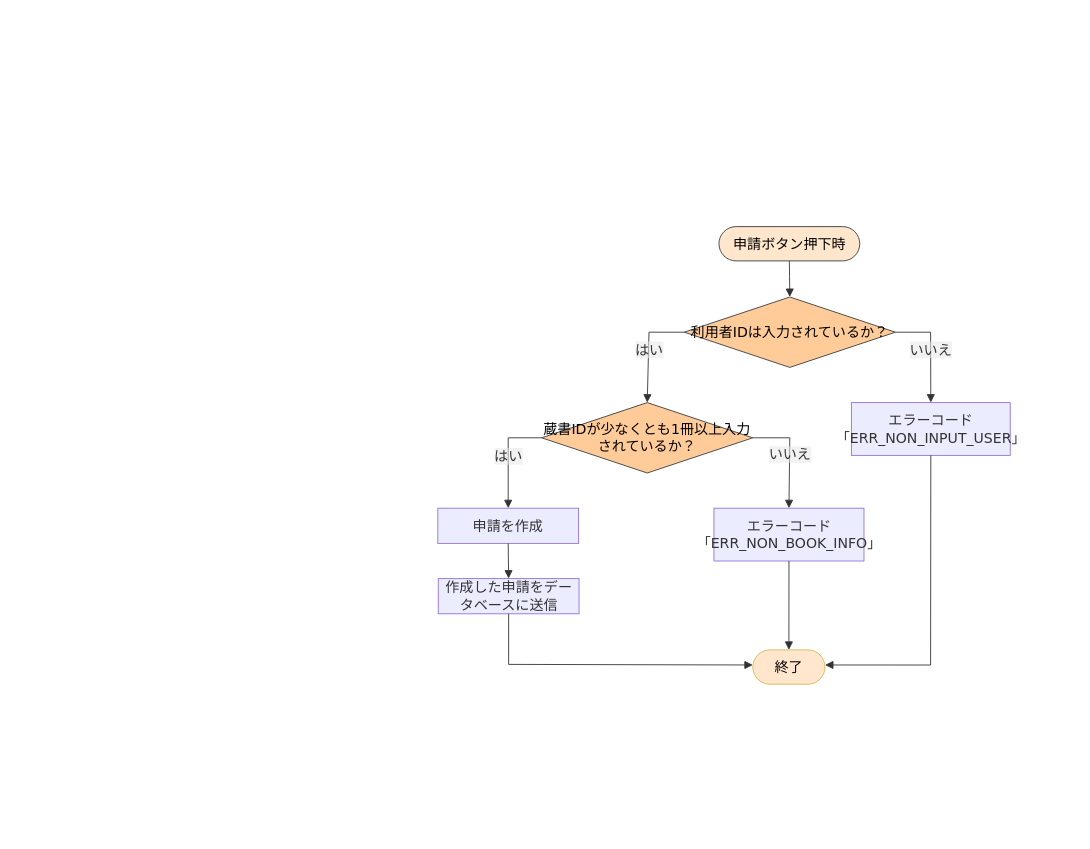
The draw.io diagram 詳細設計書/7班/flowchart/貸出申請.drawio in rs002421-creator/-, before the edit. Source tidied: cells renumbered, new cells numbered last; positions are measured from the earlier drawing's top-left corner, leaving out a move shared by most shapes. Both pictures are drawn from the tidied source at 88%, with x=0, y=0 at pixel (437, 226).
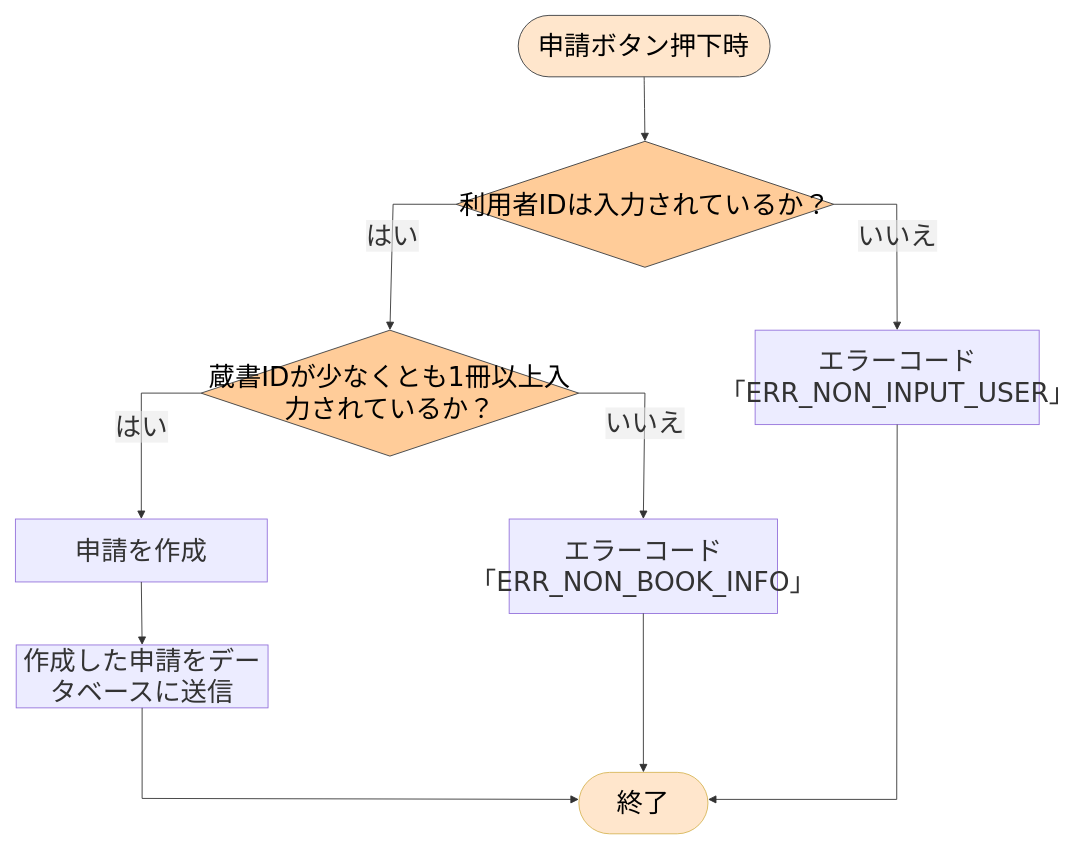
The same diagram, later.

What changed in the source:
```diff
@@
+    <mxCell id="19" style="group;fontSize=30;" parent="1" vertex="1">
+      <mxGeometry x="-480" y="-240" width="1163.4" height="930" as="geometry" />
+    </mxCell>
-    <mxCell id="2" value="申請ボタン押下時" style="html=1;rounded=1;whiteSpace=wrap;arcSize=50;strokeWidth=1;fillColor=#FFE6CC;strokeColor=#36393d;fontFamily=Trebuchet MS,Verdana,Arial,sans-serif;fontSize=16;" parent="1" vertex="1">
-      <mxGeometry x="319.5" width="160" height="39" as="geometry" />
+    <mxCell id="2" value="申請ボタン押下時" style="html=1;rounded=1;whiteSpace=wrap;arcSize=50;strokeWidth=1;fillColor=#FFE6CC;strokeColor=#36393d;fontFamily=Trebuchet MS,Verdana,Arial,sans-serif;fontSize=30;" parent="19" vertex="1">
+      <mxGeometry x="571.4" width="286.2" height="69.8" as="geometry" />
     </mxCell>
-    <mxCell id="3" value="利用者IDは入力されているか？" style="rhombus;html=1;strokeWidth=1;whiteSpace=wrap;fillColor=#ffcc99;strokeColor=#36393d;fontFamily=Trebuchet MS,Verdana,Arial,sans-serif;fontSize=16;" parent="1" vertex="1">
-      <mxGeometry x="280" y="80" width="240" height="80" as="geometry" />
+    <mxCell id="3" value="利用者IDは入力されているか？" style="rhombus;html=1;strokeWidth=1;whiteSpace=wrap;fillColor=#ffcc99;strokeColor=#36393d;fontFamily=Trebuchet MS,Verdana,Arial,sans-serif;fontSize=30;" parent="19" vertex="1">
+      <mxGeometry x="500.8" y="143.1" width="429.2" height="143.1" as="geometry" />
     </mxCell>
-    <mxCell id="4" value="蔵書IDが少なくとも1冊以上入力されているか？" style="rhombus;html=1;strokeWidth=1;whiteSpace=wrap;fillColor=#ffcc99;strokeColor=#36393d;fontFamily=Trebuchet MS,Verdana,Arial,sans-serif;fontSize=16;" parent="1" vertex="1">
-      <mxGeometry x="118" y="200" width="240" height="80" as="geometry" />
+    <mxCell id="4" value="蔵書IDが少なくとも1冊以上入力されているか？" style="rhombus;html=1;strokeWidth=1;whiteSpace=wrap;fillColor=#ffcc99;strokeColor=#36393d;fontFamily=Trebuchet MS,Verdana,Arial,sans-serif;fontSize=30;" parent="19" vertex="1">
+      <mxGeometry x="211" y="357.7" width="429.2" height="143.1" as="geometry" />
     </mxCell>
-    <mxCell id="5" value="エラーコード「ERR_NON_INPUT_USER」" style="html=1;whiteSpace=wrap;strokeWidth=1;fillColor=light-dark(#ECECFF,#1f2020);strokeColor=light-dark(#9370DB,#cccccc);fontColor=light-dark(#333333,#cccccc);fontFamily=Trebuchet MS,Verdana,Arial,sans-serif;fontSize=16;" parent="1" vertex="1">
-      <mxGeometry x="470" y="200" width="180.5" height="60" as="geometry" />
+    <mxCell id="5" value="エラーコード「ERR_NON_INPUT_USER」" style="html=1;whiteSpace=wrap;strokeWidth=1;fillColor=light-dark(#ECECFF,#1f2020);strokeColor=light-dark(#9370DB,#cccccc);fontColor=light-dark(#333333,#cccccc);fontFamily=Trebuchet MS,Verdana,Arial,sans-serif;fontSize=30;" parent="19" vertex="1">
+      <mxGeometry x="840.6" y="357.7" width="322.8" height="107.3" as="geometry" />
     </mxCell>
-    <mxCell id="6" value="申請を作成" style="html=1;whiteSpace=wrap;strokeWidth=1;fillColor=light-dark(#ECECFF,#1f2020);strokeColor=light-dark(#9370DB,#cccccc);fontColor=light-dark(#333333,#cccccc);fontFamily=Trebuchet MS,Verdana,Arial,sans-serif;fontSize=16;" parent="1" vertex="1">
-      <mxGeometry y="320" width="160" height="40" as="geometry" />
+    <mxCell id="6" value="申請を作成" style="html=1;whiteSpace=wrap;strokeWidth=1;fillColor=light-dark(#ECECFF,#1f2020);strokeColor=light-dark(#9370DB,#cccccc);fontColor=light-dark(#333333,#cccccc);fontFamily=Trebuchet MS,Verdana,Arial,sans-serif;fontSize=30;" parent="19" vertex="1">
+      <mxGeometry y="572.3" width="286.2" height="71.5" as="geometry" />
     </mxCell>
-    <mxCell id="7" value="エラーコード「ERR_NON_BOOK_INFO」" style="html=1;whiteSpace=wrap;strokeWidth=1;fillColor=light-dark(#ECECFF,#1f2020);strokeColor=light-dark(#9370DB,#cccccc);fontColor=light-dark(#333333,#cccccc);fontFamily=Trebuchet MS,Verdana,Arial,sans-serif;fontSize=16;" parent="1" vertex="1">
-      <mxGeometry x="313.8" y="320" width="170.5" height="60" as="geometry" />
+    <mxCell id="7" value="エラーコード「ERR_NON_BOOK_INFO」" style="html=1;whiteSpace=wrap;strokeWidth=1;fillColor=light-dark(#ECECFF,#1f2020);strokeColor=light-dark(#9370DB,#cccccc);fontColor=light-dark(#333333,#cccccc);fontFamily=Trebuchet MS,Verdana,Arial,sans-serif;fontSize=30;" parent="19" vertex="1">
+      <mxGeometry x="561.1" y="572.3" width="304.9" height="107.3" as="geometry" />
     </mxCell>
-    <mxCell id="8" value="作成した申請をデータベースに送信" style="html=1;whiteSpace=wrap;strokeWidth=1;fillColor=light-dark(#ECECFF,#1f2020);strokeColor=light-dark(#9370DB,#cccccc);fontColor=light-dark(#333333,#cccccc);fontFamily=Trebuchet MS,Verdana,Arial,sans-serif;fontSize=16;" parent="1" vertex="1">
-      <mxGeometry x="0.5" y="400" width="160" height="40" as="geometry" />
+    <mxCell id="8" value="作成した申請をデータベースに送信" style="html=1;whiteSpace=wrap;strokeWidth=1;fillColor=light-dark(#ECECFF,#1f2020);strokeColor=light-dark(#9370DB,#cccccc);fontColor=light-dark(#333333,#cccccc);fontFamily=Trebuchet MS,Verdana,Arial,sans-serif;fontSize=30;" parent="19" vertex="1">
+      <mxGeometry x="0.9" y="715.4" width="286.2" height="71.5" as="geometry" />
     </mxCell>
-    <mxCell id="9" value="終了" style="html=1;rounded=1;whiteSpace=wrap;arcSize=50;strokeWidth=1;fillColor=#FFE6CC;strokeColor=#d6b656;fontFamily=Trebuchet MS,Verdana,Arial,sans-serif;fontSize=16;" parent="1" vertex="1">
-      <mxGeometry x="358" y="481" width="82" height="39" as="geometry" />
+    <mxCell id="9" value="終了" style="html=1;rounded=1;whiteSpace=wrap;arcSize=50;strokeWidth=1;fillColor=#FFE6CC;strokeColor=#d6b656;fontFamily=Trebuchet MS,Verdana,Arial,sans-serif;fontSize=30;" parent="19" vertex="1">
+      <mxGeometry x="640.3" y="860.2" width="146.7" height="69.8" as="geometry" />
     </mxCell>
-    <mxCell id="10" style="curved=1;startArrow=none;endArrow=block;endSize=7;strokeColor=light-dark(#333333,#cccccc);exitX=0.5;exitY=1;entryX=0.5;entryY=0;rounded=0;fontSize=12;" parent="1" edge="1" source="2" target="3">
+    <mxCell id="10" style="curved=1;startArrow=none;endArrow=block;endSize=7;strokeColor=light-dark(#333333,#cccccc);exitX=0.5;exitY=1;entryX=0.5;entryY=0;rounded=0;fontSize=30;" parent="19" edge="1" source="2" target="3">
       <mxGeometry relative="1" as="geometry" />
     </mxCell>
-    <mxCell id="11" value="はい" style="curved=0;startArrow=none;endArrow=block;endSize=7;strokeColor=light-dark(#333333,#cccccc);html=1;fontSize=16;labelBackgroundColor=light-dark(#E8E8E88D,#2a2a2a8D);fontFamily=Trebuchet MS,Verdana,Arial,sans-serif;fontColor=light-dark(#333333,#cccccc);exitX=0;exitY=0.5;entryX=0.5;entryY=0;rounded=0;exitDx=0;exitDy=0;" parent="1" edge="1" source="3" target="4">
+    <mxCell id="11" value="はい" style="curved=0;startArrow=none;endArrow=block;endSize=7;strokeColor=light-dark(#333333,#cccccc);html=1;fontSize=30;labelBackgroundColor=light-dark(#E8E8E88D,#2a2a2a8D);fontFamily=Trebuchet MS,Verdana,Arial,sans-serif;fontColor=light-dark(#333333,#cccccc);exitX=0;exitY=0.5;entryX=0.5;entryY=0;rounded=0;exitDx=0;exitDy=0;" parent="19" edge="1" source="3" target="4">
       <mxGeometry relative="1" as="geometry">
         <Array as="points">
-          <mxPoint x="240" y="120" />
+          <mxPoint x="429.2" y="214.6" />
         </Array>
       </mxGeometry>
     </mxCell>
-    <mxCell id="12" value="いいえ" style="curved=0;startArrow=none;endArrow=block;endSize=7;strokeColor=light-dark(#333333,#cccccc);html=1;fontSize=16;labelBackgroundColor=light-dark(#E8E8E88D,#2a2a2a8D);fontFamily=Trebuchet MS,Verdana,Arial,sans-serif;fontColor=light-dark(#333333,#cccccc);exitX=1;exitY=0.5;entryX=0.5;entryY=0;rounded=0;exitDx=0;exitDy=0;" parent="1" edge="1" source="3" target="5">
+    <mxCell id="12" value="いいえ" style="curved=0;startArrow=none;endArrow=block;endSize=7;strokeColor=light-dark(#333333,#cccccc);html=1;fontSize=30;labelBackgroundColor=light-dark(#E8E8E88D,#2a2a2a8D);fontFamily=Trebuchet MS,Verdana,Arial,sans-serif;fontColor=light-dark(#333333,#cccccc);exitX=1;exitY=0.5;entryX=0.5;entryY=0;rounded=0;exitDx=0;exitDy=0;" parent="19" edge="1" source="3" target="5">
       <mxGeometry relative="1" as="geometry">
         <Array as="points">
-          <mxPoint x="560" y="120" />
+          <mxPoint x="1001.5" y="214.6" />
         </Array>
       </mxGeometry>
     </mxCell>
-    <mxCell id="13" value="はい" style="curved=0;startArrow=none;endArrow=block;endSize=7;strokeColor=light-dark(#333333,#cccccc);html=1;fontSize=16;labelBackgroundColor=light-dark(#E8E8E88D,#2a2a2a8D);fontFamily=Trebuchet MS,Verdana,Arial,sans-serif;fontColor=light-dark(#333333,#cccccc);exitX=0;exitY=0.5;entryX=0.5;entryY=0;rounded=0;exitDx=0;exitDy=0;" parent="1" edge="1" source="4" target="6">
+    <mxCell id="13" value="はい" style="curved=0;startArrow=none;endArrow=block;endSize=7;strokeColor=light-dark(#333333,#cccccc);html=1;fontSize=30;labelBackgroundColor=light-dark(#E8E8E88D,#2a2a2a8D);fontFamily=Trebuchet MS,Verdana,Arial,sans-serif;fontColor=light-dark(#333333,#cccccc);exitX=0;exitY=0.5;entryX=0.5;entryY=0;rounded=0;exitDx=0;exitDy=0;" parent="19" edge="1" source="4" target="6">
       <mxGeometry relative="1" as="geometry">
         <Array as="points">
-          <mxPoint x="80" y="240" />
+          <mxPoint x="143.1" y="429.2" />
         </Array>
       </mxGeometry>
     </mxCell>
-    <mxCell id="14" value="いいえ" style="curved=0;startArrow=none;endArrow=block;endSize=7;strokeColor=light-dark(#333333,#cccccc);html=1;fontSize=16;labelBackgroundColor=light-dark(#E8E8E88D,#2a2a2a8D);fontFamily=Trebuchet MS,Verdana,Arial,sans-serif;fontColor=light-dark(#333333,#cccccc);exitX=1;exitY=0.5;entryX=0.5;entryY=0;rounded=0;exitDx=0;exitDy=0;" parent="1" edge="1" source="4" target="7">
+    <mxCell id="14" value="いいえ" style="curved=0;startArrow=none;endArrow=block;endSize=7;strokeColor=light-dark(#333333,#cccccc);html=1;fontSize=30;labelBackgroundColor=light-dark(#E8E8E88D,#2a2a2a8D);fontFamily=Trebuchet MS,Verdana,Arial,sans-serif;fontColor=light-dark(#333333,#cccccc);exitX=1;exitY=0.5;entryX=0.5;entryY=0;rounded=0;exitDx=0;exitDy=0;" parent="19" edge="1" source="4" target="7">
       <mxGeometry relative="1" as="geometry">
         <Array as="points">
-          <mxPoint x="400" y="240" />
+          <mxPoint x="715.4" y="429.2" />
         </Array>
       </mxGeometry>
     </mxCell>
-    <mxCell id="15" style="curved=0;startArrow=none;endArrow=block;endSize=7;strokeColor=light-dark(#333333,#cccccc);exitX=0.5;exitY=1;entryX=0.5;entryY=0;rounded=0;fontSize=12;" parent="1" edge="1" source="6" target="8">
+    <mxCell id="15" style="curved=0;startArrow=none;endArrow=block;endSize=7;strokeColor=light-dark(#333333,#cccccc);exitX=0.5;exitY=1;entryX=0.5;entryY=0;rounded=0;fontSize=30;" parent="19" edge="1" source="6" target="8">
       <mxGeometry relative="1" as="geometry" />
     </mxCell>
-    <mxCell id="16" style="curved=0;startArrow=none;endArrow=block;endSize=7;strokeColor=light-dark(#333333,#cccccc);exitX=0.5;exitY=1;entryX=0;entryY=0.44;rounded=0;fontSize=12;" parent="1" edge="1" source="8" target="9">
+    <mxCell id="16" style="curved=0;startArrow=none;endArrow=block;endSize=7;strokeColor=light-dark(#333333,#cccccc);exitX=0.5;exitY=1;entryX=0;entryY=0.44;rounded=0;fontSize=30;" parent="19" edge="1" source="8" target="9">
       <mxGeometry relative="1" as="geometry">
         <Array as="points">
-          <mxPoint x="80.5" y="497.5" />
+          <mxPoint x="144" y="889.8" />
         </Array>
       </mxGeometry>
     </mxCell>
-    <mxCell id="17" style="curved=0;startArrow=none;endArrow=block;endSize=7;strokeColor=light-dark(#333333,#cccccc);exitX=0.5;exitY=1;entryX=0.5;entryY=0;rounded=0;fontSize=12;" parent="1" edge="1" source="7" target="9">
+    <mxCell id="17" style="curved=0;startArrow=none;endArrow=block;endSize=7;strokeColor=light-dark(#333333,#cccccc);exitX=0.5;exitY=1;entryX=0.5;entryY=0;rounded=0;fontSize=30;" parent="19" edge="1" source="7" target="9">
       <mxGeometry relative="1" as="geometry" />
     </mxCell>
-    <mxCell id="18" style="curved=0;startArrow=none;endArrow=block;endSize=7;strokeColor=light-dark(#333333,#cccccc);exitX=0.5;exitY=1;entryX=1;entryY=0.44;rounded=0;fontSize=12;" parent="1" edge="1" source="5" target="9">
+    <mxCell id="18" style="curved=0;startArrow=none;endArrow=block;endSize=7;strokeColor=light-dark(#333333,#cccccc);exitX=0.5;exitY=1;entryX=1;entryY=0.44;rounded=0;fontSize=30;" parent="19" edge="1" source="5" target="9">
       <mxGeometry relative="1" as="geometry">
         <Array as="points">
-          <mxPoint x="560" y="498.2" />
+          <mxPoint x="1001.5" y="890.9" />
         </Array>
       </mxGeometry>
     </mxCell>
```
